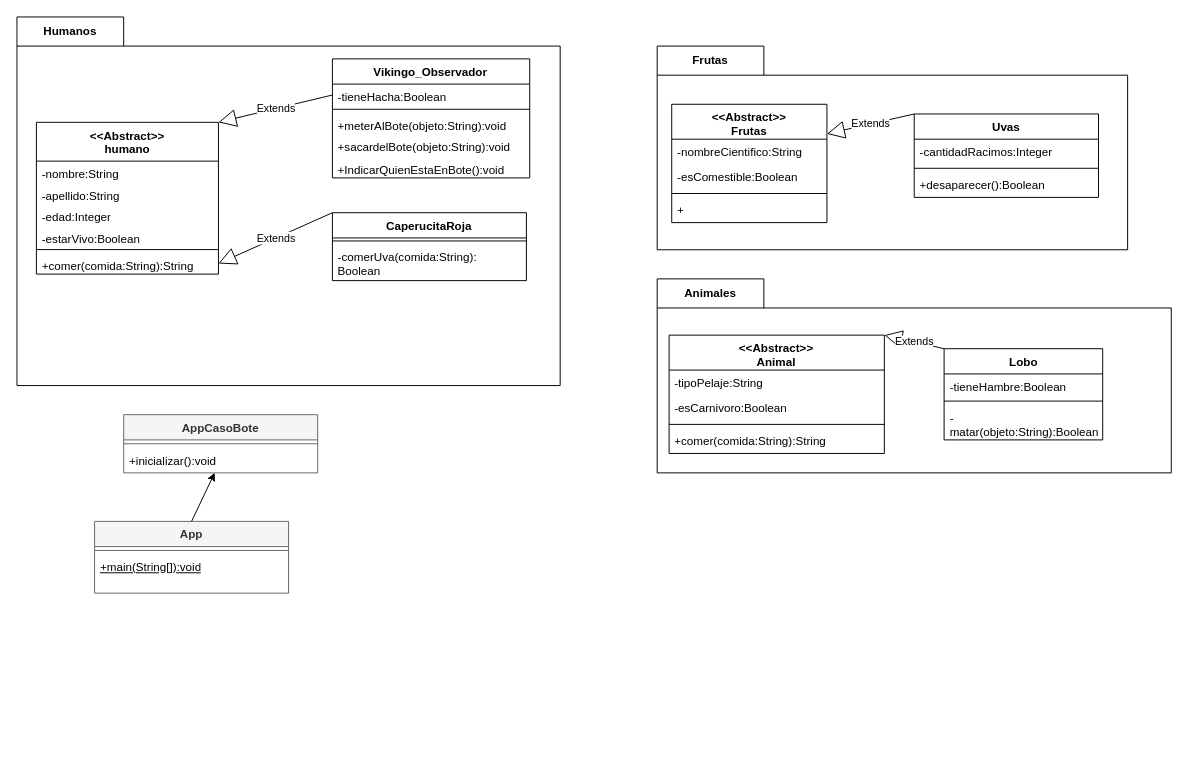
Earlier version of the draw.io diagram Design/DiagramaClase.drawio (matiSae/CasoBote). Source tidied: cells renumbered, new cells numbered last; positions are measured from the earlier drawing's top-left corner, leaving out a move shared by most shapes. Both pictures are drawn from the tidied source at 97%, with x=0, y=0 at pixel (16, 16).
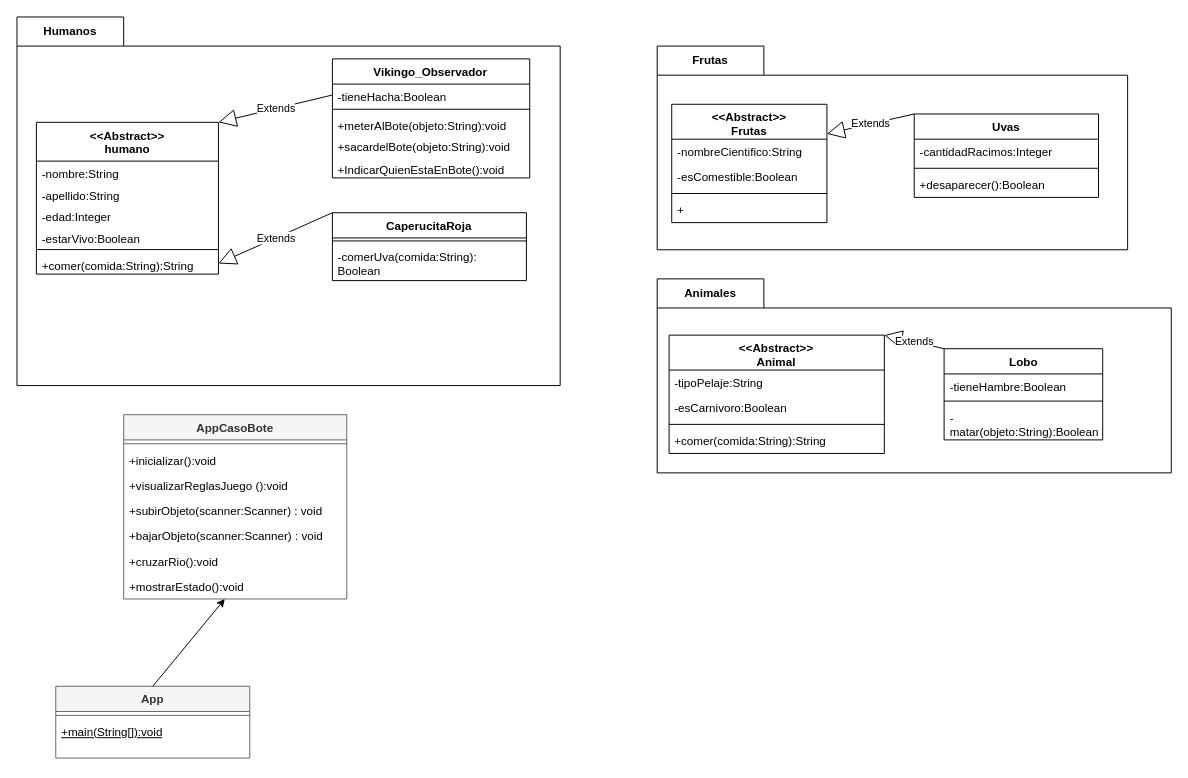
The same page after the edit.

The edit, as a diff of the source:
```diff
@@
     <mxCell id="46" value="AppCasoBote" style="swimlane;fontStyle=1;align=center;verticalAlign=top;horizontal=1;startSize=26;whiteSpace=wrap;html=1;fillColor=#f5f5f5;fontColor=#333333;strokeColor=#666666;" parent="1" vertex="1">
-      <mxGeometry x="110" y="410" width="200" height="60" as="geometry" />
+      <mxGeometry x="110" y="410" width="230" height="190" as="geometry" />
     </mxCell>
     <mxCell id="47" style="line;strokeWidth=1;fillColor=none;align=left;verticalAlign=middle;spacingTop=-1;spacingLeft=3;spacingRight=3;labelPosition=right;strokeColor=inherit;" parent="46" vertex="1">
-      <mxGeometry y="26" width="200" height="8" as="geometry" />
+      <mxGeometry y="26" width="230" height="8" as="geometry" />
     </mxCell>
     <mxCell id="48" value="+inicializar():void" style="text;strokeColor=none;fillColor=none;align=left;verticalAlign=top;spacingLeft=4;spacingRight=4;overflow=hidden;points=[[0,0.5],[1,0.5]];portConstraint=eastwest;whiteSpace=wrap;html=1;" parent="46" vertex="1">
-      <mxGeometry y="34" width="200" height="26" as="geometry" />
+      <mxGeometry y="34" width="230" height="26" as="geometry" />
     </mxCell>
+    <mxCell id="53" value="+visualizarReglasJuego ():void" style="text;strokeColor=none;fillColor=none;align=left;verticalAlign=top;spacingLeft=4;spacingRight=4;overflow=hidden;whiteSpace=wrap;html=1;" parent="46" vertex="1">
+      <mxGeometry y="60" width="230" height="26" as="geometry" />
+    </mxCell>
+    <mxCell id="54" value="+subirObjeto(scanner:Scanner) : void" style="text;strokeColor=none;fillColor=none;align=left;verticalAlign=top;spacingLeft=4;spacingRight=4;overflow=hidden;whiteSpace=wrap;html=1;" parent="46" vertex="1">
+      <mxGeometry y="86" width="230" height="26" as="geometry" />
+    </mxCell>
+    <mxCell id="55" value="+bajarObjeto(scanner:Scanner) : void" style="text;strokeColor=none;fillColor=none;align=left;verticalAlign=top;spacingLeft=4;spacingRight=4;overflow=hidden;whiteSpace=wrap;html=1;" parent="46" vertex="1">
+      <mxGeometry y="112" width="230" height="26" as="geometry" />
+    </mxCell>
+    <mxCell id="56" value="+cruzarRio():void" style="text;strokeColor=none;fillColor=none;align=left;verticalAlign=top;spacingLeft=4;spacingRight=4;overflow=hidden;whiteSpace=wrap;html=1;" parent="46" vertex="1">
+      <mxGeometry y="138" width="230" height="26" as="geometry" />
+    </mxCell>
+    <mxCell id="57" value="+mostrarEstado():void" style="text;strokeColor=none;fillColor=none;align=left;verticalAlign=top;spacingLeft=4;spacingRight=4;overflow=hidden;points=[[0,0.5],[1,0.5]];portConstraint=eastwest;whiteSpace=wrap;html=1;" parent="46" vertex="1">
+      <mxGeometry y="164" width="230" height="26" as="geometry" />
+    </mxCell>
     <mxCell id="49" value="App" style="swimlane;fontStyle=1;align=center;verticalAlign=top;horizontal=1;startSize=26;whiteSpace=wrap;html=1;fillColor=#f5f5f5;fontColor=#333333;strokeColor=#666666;" parent="1" vertex="1">
-      <mxGeometry x="80" y="520" width="200" height="74" as="geometry" />
+      <mxGeometry x="40" y="690" width="200" height="74" as="geometry" />
     </mxCell>
@@
-    <mxCell id="52" style="edgeStyle=none;html=1;exitX=0.5;exitY=0;exitDx=0;exitDy=0;" parent="1" edge="1" source="49" target="48">
+    <mxCell id="52" style="edgeStyle=none;html=1;exitX=0.5;exitY=0;exitDx=0;exitDy=0;" parent="1" edge="1" source="49" target="57">
       <mxGeometry relative="1" as="geometry" />
     </mxCell>
```
